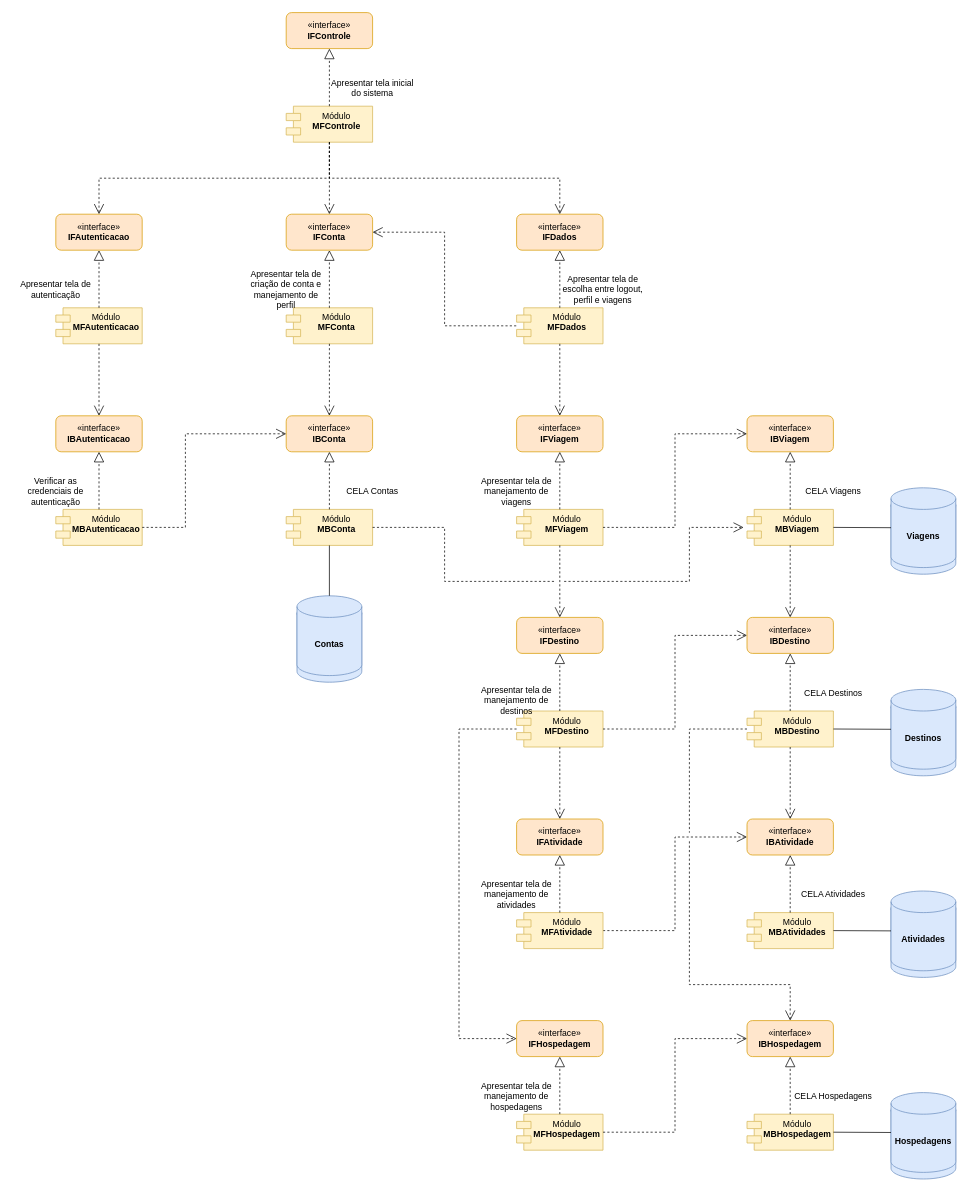
dede6giu/tp1-assignment keeps this draw.io diagram as media/Interface-Diagram.drawio. Above is the earlier version. Source tidied: cells renumbered, new cells numbered last; positions are measured from the earlier drawing's top-left corner, leaving out a move shared by most shapes. Both pictures are drawn from the tidied source at 72%, with x=0, y=0 at pixel (12, 12).
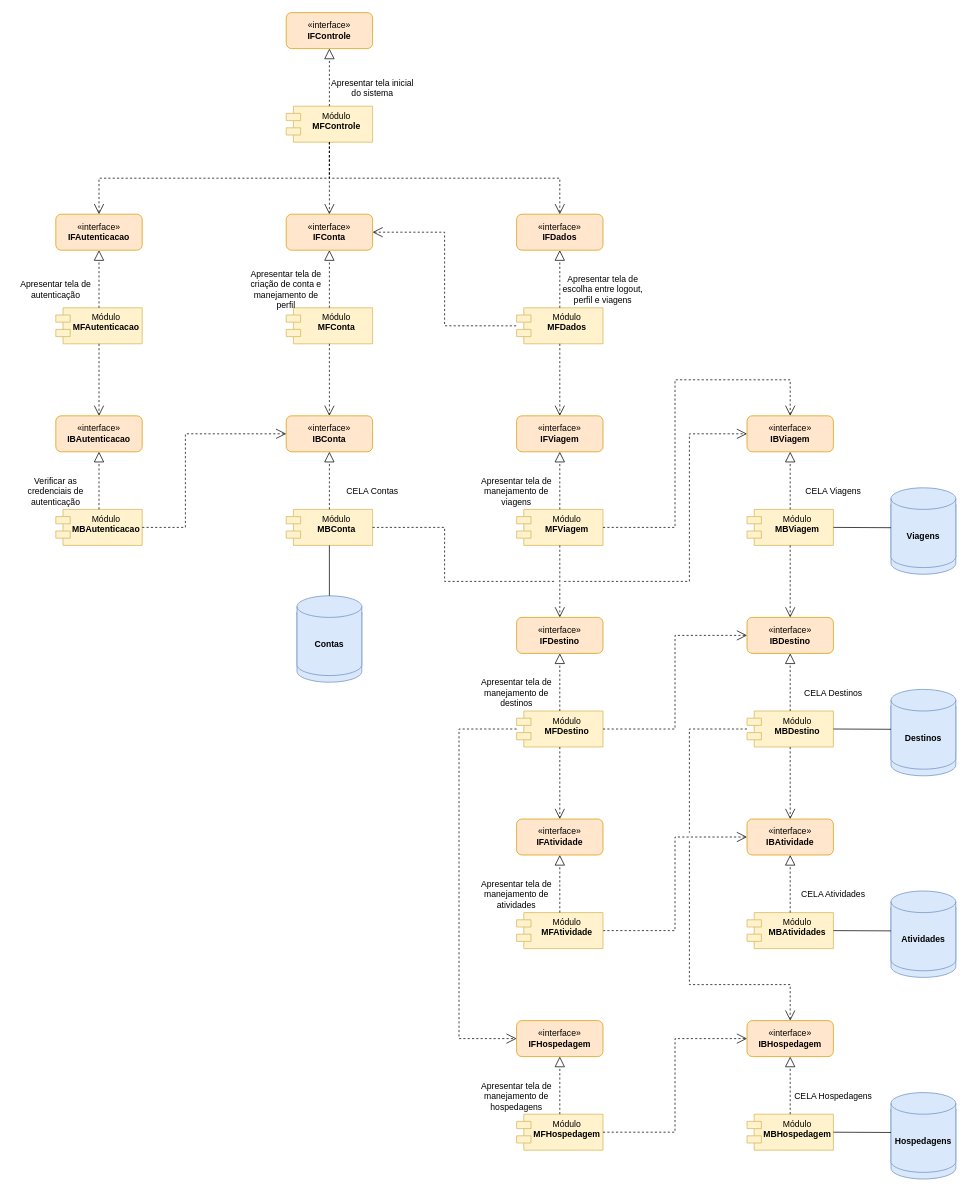
The same page after the edit.

Unchanged cells that the change refers to:
```xml
<mxCell id="20" value="&lt;div&gt;Módulo&lt;/div&gt;&lt;div&gt;&lt;b&gt;MBConta&lt;/b&gt;&lt;br&gt;&lt;/div&gt;" style="shape=module;align=left;spacingLeft=20;align=center;verticalAlign=top;whiteSpace=wrap;html=1;fillColor=#fff2cc;strokeColor=#d6b656;" parent="1" vertex="1">
  <mxGeometry x="380" y="690" width="120" height="50" as="geometry" />
</mxCell>
<mxCell id="24" value="&lt;div&gt;Módulo&lt;/div&gt;&lt;div&gt;&lt;b&gt;MFViagem&lt;/b&gt;&lt;br&gt;&lt;/div&gt;" style="shape=module;align=left;spacingLeft=20;align=center;verticalAlign=top;whiteSpace=wrap;html=1;fillColor=#fff2cc;strokeColor=#d6b656;" parent="1" vertex="1">
  <mxGeometry x="700" y="690" width="120" height="50" as="geometry" />
</mxCell>
<mxCell id="32" value="«interface»&lt;br&gt;&lt;div&gt;&lt;b&gt;IBViagem&lt;/b&gt;&lt;/div&gt;" style="html=1;whiteSpace=wrap;rounded=1;glass=0;shadow=0;fillColor=#ffe6cc;strokeColor=#d79b00;" parent="1" vertex="1">
  <mxGeometry x="1020" y="560" width="120" height="50" as="geometry" />
</mxCell>
<mxCell id="33" value="&lt;div&gt;Módulo&lt;/div&gt;&lt;div&gt;&lt;b&gt;MBViagem&lt;/b&gt;&lt;br&gt;&lt;/div&gt;" style="shape=module;align=left;spacingLeft=20;align=center;verticalAlign=top;whiteSpace=wrap;html=1;fillColor=#fff2cc;strokeColor=#d6b656;" parent="1" vertex="1">
  <mxGeometry x="1020" y="690" width="120" height="50" as="geometry" />
</mxCell>
```

Diff of the diagram source:
```diff
@@
-    <mxCell id="35" style="endArrow=open;endSize=12;dashed=1;html=1;rounded=0;exitX=1;exitY=0.5;exitDx=0;exitDy=0;entryX=0;entryY=0.5;entryDx=0;entryDy=0;" parent="1" edge="1" source="24" target="32">
+    <mxCell id="35" style="endArrow=open;endSize=12;dashed=1;html=1;rounded=0;exitX=1;exitY=0.5;exitDx=0;exitDy=0;entryX=0.5;entryY=0;entryDx=0;entryDy=0;" parent="1" edge="1" source="24" target="32">
       <mxGeometry relative="1" as="geometry">
         <Array as="points">
           <mxPoint x="920" y="715" />
-          <mxPoint x="920" y="585" />
+          <mxPoint x="920" y="510" />
+          <mxPoint x="1080" y="510" />
         </Array>
       </mxGeometry>
     </mxCell>
@@
-    <mxCell id="78" style="endArrow=open;endSize=12;dashed=1;html=1;rounded=0;exitX=1;exitY=0.5;exitDx=0;exitDy=0;entryX=-0.039;entryY=0.501;entryDx=0;entryDy=0;entryPerimeter=0;jumpStyle=gap;jumpSize=12;" parent="1" edge="1" source="20" target="33">
+    <mxCell id="78" style="endArrow=open;endSize=12;dashed=1;html=1;rounded=0;exitX=1;exitY=0.5;exitDx=0;exitDy=0;entryX=0;entryY=0.5;entryDx=0;entryDy=0;jumpStyle=gap;jumpSize=12;" parent="1" edge="1" source="20" target="32">
       <mxGeometry relative="1" as="geometry">
         <Array as="points">
           <mxPoint x="600" y="715" />
           <mxPoint x="600" y="790" />
           <mxPoint x="940" y="790" />
-          <mxPoint x="940" y="715" />
+          <mxPoint x="940" y="585" />
         </Array>
       </mxGeometry>
     </mxCell>
@@
     <mxCell id="90" value="Apresentar tela de manejamento de destinos" style="text;html=1;align=center;verticalAlign=middle;whiteSpace=wrap;rounded=0;" parent="1" vertex="1">
-      <mxGeometry x="640" y="930" width="120" height="50" as="geometry" />
+      <mxGeometry x="640" y="920" width="120" height="50" as="geometry" />
     </mxCell>
```
